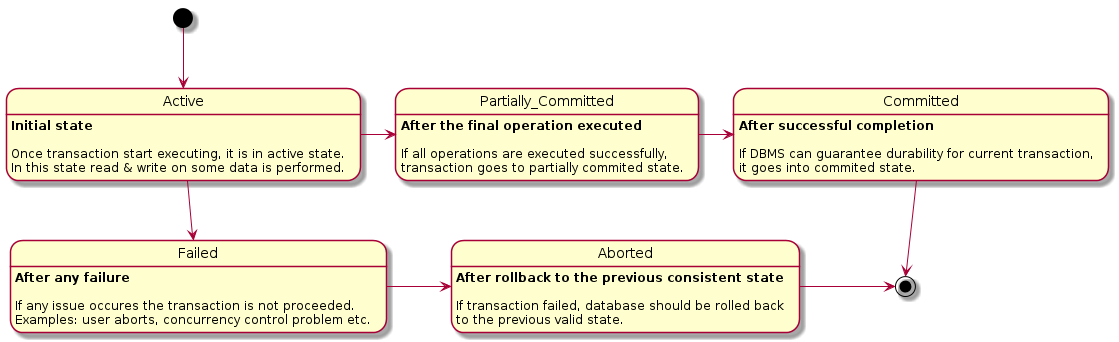
This is img/transaction_state_machine.png from zghurskyi/zghurskyi.github.io, a PlantUML export, as it was before one commit. Its diagram source:
```plantuml
@startuml


state Active {
}
Active: **Initial state**\n\nOnce transaction start executing, it is in active state.\nIn this state read & write on some data is performed.
state Partially_Committed {
}
Partially_Committed: **After the final operation executed**\n\nIf all operations are executed successfully,\ntransaction goes to partially commited state.
state Committed {
}
Committed: **After successful completion**\n\nIf DBMS can guarantee durability for current transaction,\nit goes into commited state.
state Failed {
}
Failed: **After any failure**\n\nIf any issue occures the transaction is not proceeded.\nExamples: user aborts, concurrency control problem etc.
state Aborted {
}
Aborted: **After rollback to the previous consistent state**\n\nIf transaction failed, database should be rolled back\nto the previous valid state.
[*] --> Active
Active --> Failed
Failed -> Aborted
Aborted -> [*]

Active -> Partially_Committed
Partially_Committed -> Committed
Committed -> [*]
@enduml
```
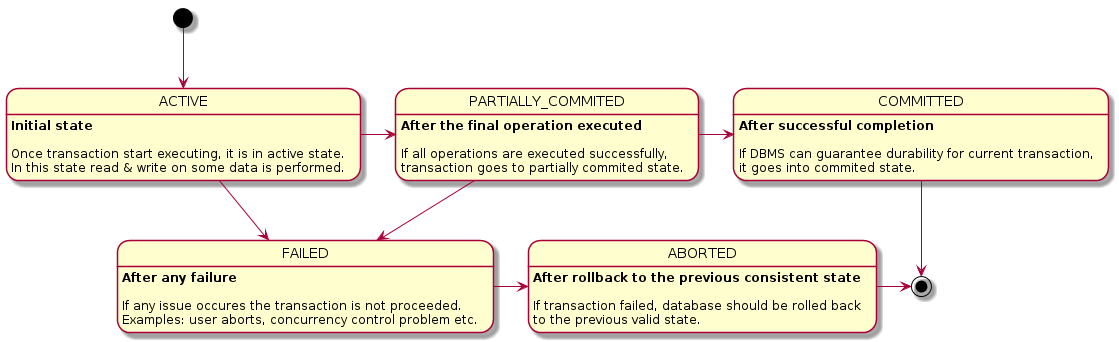
After the commit.

Commit message:
Update transaction state machine illustrations

The edit, as a diff of the source:
```diff
@@ -1,27 +1,28 @@
 @startuml
 
 
-state Active {
+state ACTIVE {
 }
-Active: **Initial state**\n\nOnce transaction start executing, it is in active state.\nIn this state read & write on some data is performed.
-state Partially_Committed {
+ACTIVE: **Initial state**\n\nOnce transaction start executing, it is in active state.\nIn this state read & write on some data is performed.
+state PARTIALLY_COMMITED {
 }
-Partially_Committed: **After the final operation executed**\n\nIf all operations are executed successfully,\ntransaction goes to partially commited state.
-state Committed {
+PARTIALLY_COMMITED: **After the final operation executed**\n\nIf all operations are executed successfully,\ntransaction goes to partially commited state.
+state COMMITTED {
 }
-Committed: **After successful completion**\n\nIf DBMS can guarantee durability for current transaction,\nit goes into commited state.
-state Failed {
+COMMITTED: **After successful completion**\n\nIf DBMS can guarantee durability for current transaction,\nit goes into commited state.
+state FAILED {
 }
-Failed: **After any failure**\n\nIf any issue occures the transaction is not proceeded.\nExamples: user aborts, concurrency control problem etc.
-state Aborted {
+FAILED: **After any failure**\n\nIf any issue occures the transaction is not proceeded.\nExamples: user aborts, concurrency control problem etc.
+state ABORTED {
 }
-Aborted: **After rollback to the previous consistent state**\n\nIf transaction failed, database should be rolled back\nto the previous valid state.
-[*] --> Active
-Active --> Failed
-Failed -> Aborted
-Aborted -> [*]
+ABORTED: **After rollback to the previous consistent state**\n\nIf transaction failed, database should be rolled back\nto the previous valid state.
+[*] --> ACTIVE
+ACTIVE --> FAILED
+FAILED -> ABORTED
+ABORTED -> [*]
 
-Active -> Partially_Committed
-Partially_Committed -> Committed
-Committed -> [*]
+ACTIVE -> PARTIALLY_COMMITED
+PARTIALLY_COMMITED -> COMMITTED
+PARTIALLY_COMMITED --> FAILED
+COMMITTED -> [*]
 @enduml
```
